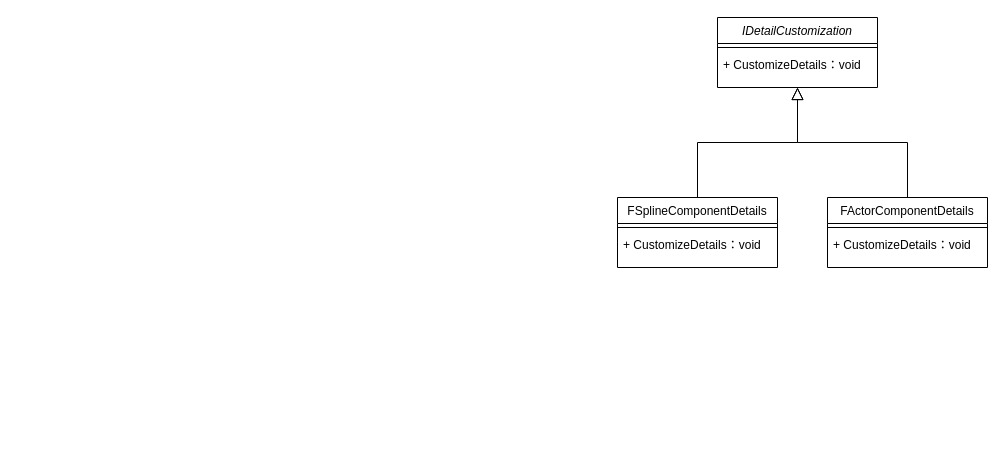
hhw-cainiao/draw keeps this draw.io diagram as UE编辑器样条组件类图.drawio. Above is the earlier version. Source tidied: cells renumbered, new cells numbered last; positions are measured from the earlier drawing's top-left corner, leaving out a move shared by most shapes. Both pictures are drawn from the tidied source at 100%, with x=0, y=0 at pixel (617, 17).
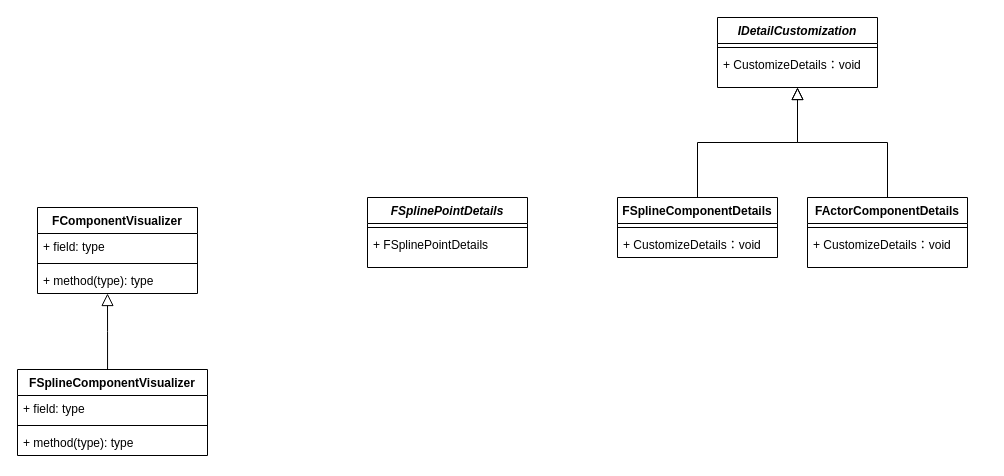
The same diagram, later.

Commit message (it also covers changes not shown here):
更新UE编辑器样条组件类图.drawio

What changed in the source:
```diff
@@
-    <mxCell id="2" value="IDetailCustomization" style="swimlane;fontStyle=2;align=center;verticalAlign=top;horizontal=1;startSize=26;rounded=0;shadow=0;strokeWidth=1;" parent="1" vertex="1">
+    <mxCell id="2" value="IDetailCustomization" style="swimlane;fontStyle=3;align=center;verticalAlign=top;horizontal=1;startSize=26;rounded=0;shadow=0;strokeWidth=1;" parent="1" vertex="1">
       <mxGeometry x="100" width="160" height="70" as="geometry" />
     </mxCell>
@@
-    <mxCell id="6" value="FActorComponentDetails" style="swimlane;fontStyle=0;align=center;verticalAlign=top;horizontal=1;startSize=26;rounded=0;shadow=0;strokeWidth=1;" parent="1" vertex="1">
-      <mxGeometry x="210" y="180" width="160" height="70" as="geometry" />
+    <mxCell id="6" value="FActorComponentDetails" style="swimlane;fontStyle=1;align=center;verticalAlign=top;horizontal=1;startSize=26;rounded=0;shadow=0;strokeWidth=1;" parent="1" vertex="1">
+      <mxGeometry x="190" y="180" width="160" height="70" as="geometry" />
     </mxCell>
@@
-    <mxCell id="10" value="FSplineComponentDetails" style="swimlane;fontStyle=0;align=center;verticalAlign=top;horizontal=1;startSize=26;rounded=0;shadow=0;strokeWidth=1;" parent="1" vertex="1">
-      <mxGeometry y="180" width="160" height="70" as="geometry" />
+    <mxCell id="10" value="FSplineComponentDetails" style="swimlane;fontStyle=1;align=center;verticalAlign=top;horizontal=1;startSize=26;rounded=0;shadow=0;strokeWidth=1;" parent="1" vertex="1">
+      <mxGeometry y="180" width="160" height="60" as="geometry" />
     </mxCell>
@@
+    <mxCell id="13" value="FComponentVisualizer" style="swimlane;fontStyle=1;align=center;verticalAlign=top;horizontal=1;startSize=26;whiteSpace=wrap;html=1;" parent="1" vertex="1">
+      <mxGeometry x="-580" y="190" width="160" height="86" as="geometry" />
+    </mxCell>
+    <mxCell id="14" value="+ field: type" style="text;strokeColor=none;fillColor=none;align=left;verticalAlign=top;spacingLeft=4;spacingRight=4;overflow=hidden;whiteSpace=wrap;html=1;" parent="13" vertex="1">
+      <mxGeometry y="26" width="160" height="26" as="geometry" />
+    </mxCell>
+    <mxCell id="15" style="line;strokeWidth=1;fillColor=none;align=left;verticalAlign=middle;spacingTop=-1;spacingLeft=3;spacingRight=3;labelPosition=right;strokeColor=inherit;" parent="13" vertex="1">
+      <mxGeometry y="52" width="160" height="8" as="geometry" />
+    </mxCell>
+    <mxCell id="16" value="+ method(type): type" style="text;strokeColor=none;fillColor=none;align=left;verticalAlign=top;spacingLeft=4;spacingRight=4;overflow=hidden;whiteSpace=wrap;html=1;" parent="13" vertex="1">
+      <mxGeometry y="60" width="160" height="26" as="geometry" />
+    </mxCell>
+    <mxCell id="17" value="FSplineComponentVisualizer" style="swimlane;fontStyle=1;align=center;verticalAlign=top;horizontal=1;startSize=26;whiteSpace=wrap;html=1;" parent="1" vertex="1">
+      <mxGeometry x="-600" y="352" width="190" height="86" as="geometry" />
+    </mxCell>
+    <mxCell id="18" value="+ field: type" style="text;strokeColor=none;fillColor=none;align=left;verticalAlign=top;spacingLeft=4;spacingRight=4;overflow=hidden;whiteSpace=wrap;html=1;" parent="17" vertex="1">
+      <mxGeometry y="26" width="190" height="26" as="geometry" />
+    </mxCell>
+    <mxCell id="19" style="line;strokeWidth=1;fillColor=none;align=left;verticalAlign=middle;spacingTop=-1;spacingLeft=3;spacingRight=3;labelPosition=right;strokeColor=inherit;" parent="17" vertex="1">
+      <mxGeometry y="52" width="190" height="8" as="geometry" />
+    </mxCell>
+    <mxCell id="20" value="+ method(type): type" style="text;strokeColor=none;fillColor=none;align=left;verticalAlign=top;spacingLeft=4;spacingRight=4;overflow=hidden;whiteSpace=wrap;html=1;" parent="17" vertex="1">
+      <mxGeometry y="60" width="190" height="26" as="geometry" />
+    </mxCell>
+    <mxCell id="21" style="endArrow=block;endSize=10;endFill=0;shadow=0;strokeWidth=1;rounded=0;curved=0;edgeStyle=elbowEdgeStyle;elbow=vertical;exitX=0.474;exitY=0;exitDx=0;exitDy=0;exitPerimeter=0;" parent="1" edge="1" source="17">
+      <mxGeometry relative="1" as="geometry">
+        <mxPoint x="-510" y="276" as="targetPoint" />
+      </mxGeometry>
+    </mxCell>
+    <mxCell id="22" value="FSplinePointDetails" style="swimlane;fontStyle=3;align=center;verticalAlign=top;horizontal=1;startSize=26;rounded=0;shadow=0;strokeWidth=1;" parent="1" vertex="1">
+      <mxGeometry x="-250" y="180" width="160" height="70" as="geometry" />
+    </mxCell>
+    <mxCell id="23" style="line;html=1;strokeWidth=1;align=left;verticalAlign=middle;spacingTop=-1;spacingLeft=3;spacingRight=3;labelPosition=right;" parent="22" vertex="1">
+      <mxGeometry y="26" width="160" height="8" as="geometry" />
+    </mxCell>
+    <mxCell id="24" value="+ FSplinePointDetails" style="text;align=left;verticalAlign=top;spacingLeft=4;spacingRight=4;overflow=hidden;" parent="22" vertex="1">
+      <mxGeometry y="34" width="160" height="26" as="geometry" />
+    </mxCell>
```
